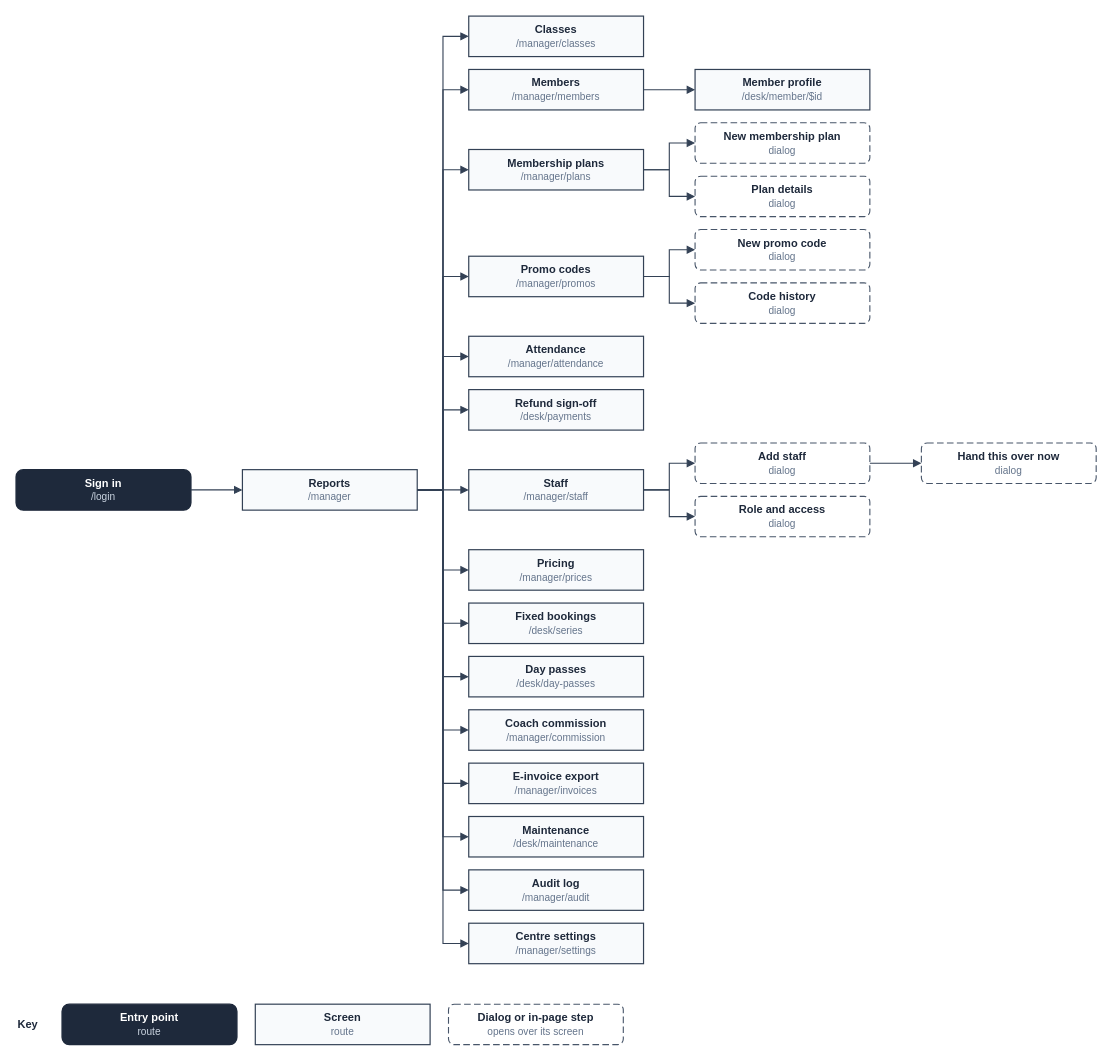
Earlier version of the draw.io diagram docs/diagrams/srs/28-sf-manager.drawio (facingshootingstar/Arena3). Source tidied: cells renumbered, new cells numbered last; positions are measured from the earlier drawing's top-left corner, leaving out a move shared by most shapes. Both pictures are drawn from the tidied source at 92%, with x=0, y=0 at pixel (16, 16).
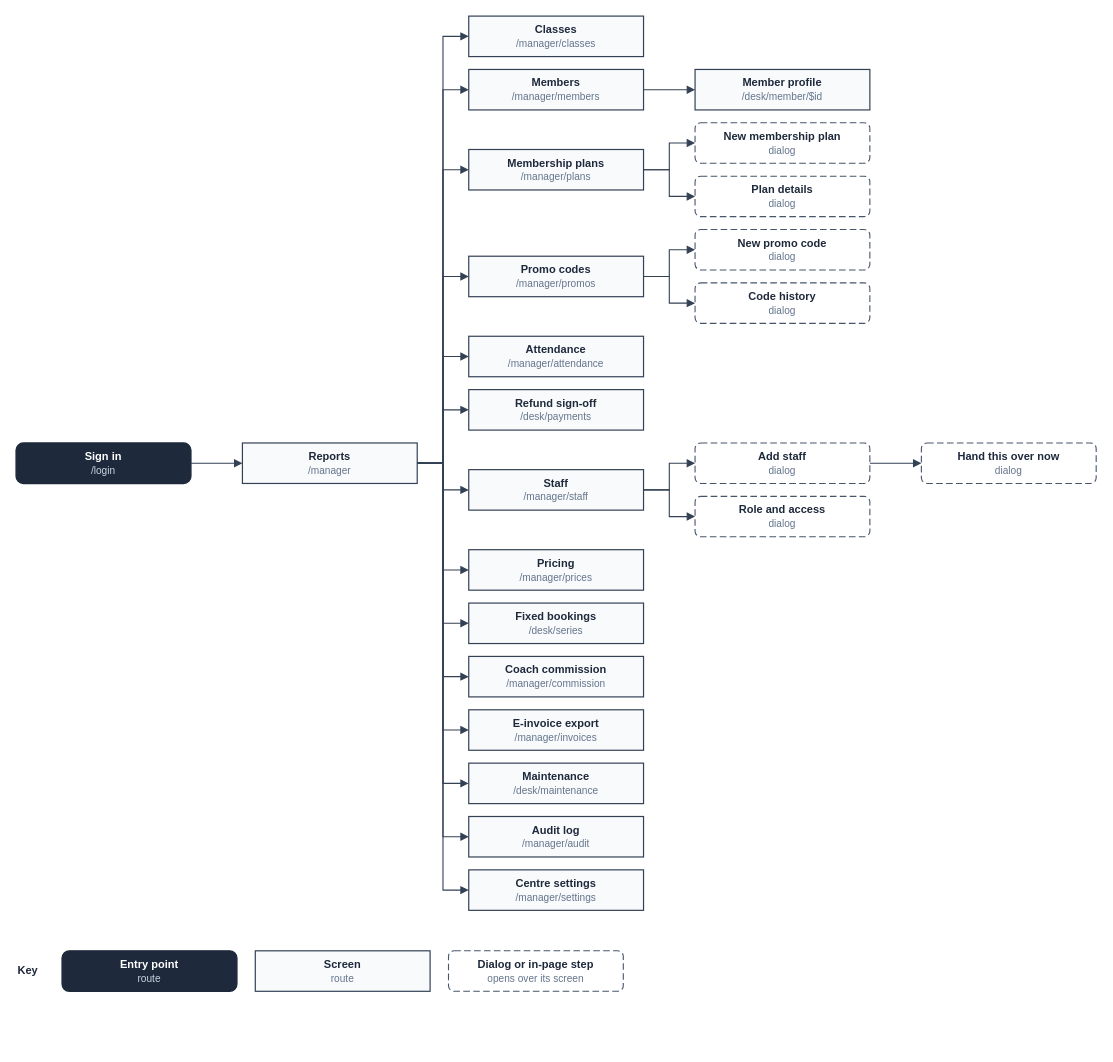
The same page after the edit.

Unchanged cells that the change refers to:
```xml
<mxCell id="4" value="&lt;b&gt;Classes&lt;/b&gt;&lt;br&gt;&lt;font style=&quot;font-size:11px&quot; color=&quot;#64748b&quot;&gt;/manager/classes&lt;/font&gt;" style="rounded=0;fillColor=#f8fafc;strokeColor=#334155;strokeWidth=1.3;whiteSpace=wrap;html=1;fontFamily=Helvetica;fontSize=12;fontColor=#1e293b;" parent="1" vertex="1">
  <mxGeometry x="492" width="190" height="44" as="geometry" />
</mxCell>
<mxCell id="6" value="&lt;b&gt;Members&lt;/b&gt;&lt;br&gt;&lt;font style=&quot;font-size:11px&quot; color=&quot;#64748b&quot;&gt;/manager/members&lt;/font&gt;" style="rounded=0;fillColor=#f8fafc;strokeColor=#334155;strokeWidth=1.3;whiteSpace=wrap;html=1;fontFamily=Helvetica;fontSize=12;fontColor=#1e293b;" parent="1" vertex="1">
  <mxGeometry x="492" y="58" width="190" height="44" as="geometry" />
</mxCell>
<mxCell id="10" value="&lt;b&gt;Membership plans&lt;/b&gt;&lt;br&gt;&lt;font style=&quot;font-size:11px&quot; color=&quot;#64748b&quot;&gt;/manager/plans&lt;/font&gt;" style="rounded=0;fillColor=#f8fafc;strokeColor=#334155;strokeWidth=1.3;whiteSpace=wrap;html=1;fontFamily=Helvetica;fontSize=12;fontColor=#1e293b;" parent="1" vertex="1">
  <mxGeometry x="492" y="145" width="190" height="44" as="geometry" />
</mxCell>
<mxCell id="16" value="&lt;b&gt;Promo codes&lt;/b&gt;&lt;br&gt;&lt;font style=&quot;font-size:11px&quot; color=&quot;#64748b&quot;&gt;/manager/promos&lt;/font&gt;" style="rounded=0;fillColor=#f8fafc;strokeColor=#334155;strokeWidth=1.3;whiteSpace=wrap;html=1;fontFamily=Helvetica;fontSize=12;fontColor=#1e293b;" parent="1" vertex="1">
  <mxGeometry x="492" y="261" width="190" height="44" as="geometry" />
</mxCell>
<mxCell id="22" value="&lt;b&gt;Attendance&lt;/b&gt;&lt;br&gt;&lt;font style=&quot;font-size:11px&quot; color=&quot;#64748b&quot;&gt;/manager/attendance&lt;/font&gt;" style="rounded=0;fillColor=#f8fafc;strokeColor=#334155;strokeWidth=1.3;whiteSpace=wrap;html=1;fontFamily=Helvetica;fontSize=12;fontColor=#1e293b;" parent="1" vertex="1">
  <mxGeometry x="492" y="348" width="190" height="44" as="geometry" />
</mxCell>
<mxCell id="24" value="&lt;b&gt;Refund sign-off&lt;/b&gt;&lt;br&gt;&lt;font style=&quot;font-size:11px&quot; color=&quot;#64748b&quot;&gt;/desk/payments&lt;/font&gt;" style="rounded=0;fillColor=#f8fafc;strokeColor=#334155;strokeWidth=1.3;whiteSpace=wrap;html=1;fontFamily=Helvetica;fontSize=12;fontColor=#1e293b;" parent="1" vertex="1">
  <mxGeometry x="492" y="406" width="190" height="44" as="geometry" />
</mxCell>
<mxCell id="26" value="&lt;b&gt;Staff&lt;/b&gt;&lt;br&gt;&lt;font style=&quot;font-size:11px&quot; color=&quot;#64748b&quot;&gt;/manager/staff&lt;/font&gt;" style="rounded=0;fillColor=#f8fafc;strokeColor=#334155;strokeWidth=1.3;whiteSpace=wrap;html=1;fontFamily=Helvetica;fontSize=12;fontColor=#1e293b;" parent="1" vertex="1">
  <mxGeometry x="492" y="493" width="190" height="44" as="geometry" />
</mxCell>
<mxCell id="34" value="&lt;b&gt;Pricing&lt;/b&gt;&lt;br&gt;&lt;font style=&quot;font-size:11px&quot; color=&quot;#64748b&quot;&gt;/manager/prices&lt;/font&gt;" style="rounded=0;fillColor=#f8fafc;strokeColor=#334155;strokeWidth=1.3;whiteSpace=wrap;html=1;fontFamily=Helvetica;fontSize=12;fontColor=#1e293b;" parent="1" vertex="1">
  <mxGeometry x="492" y="580" width="190" height="44" as="geometry" />
</mxCell>
<mxCell id="36" value="&lt;b&gt;Fixed bookings&lt;/b&gt;&lt;br&gt;&lt;font style=&quot;font-size:11px&quot; color=&quot;#64748b&quot;&gt;/desk/series&lt;/font&gt;" style="rounded=0;fillColor=#f8fafc;strokeColor=#334155;strokeWidth=1.3;whiteSpace=wrap;html=1;fontFamily=Helvetica;fontSize=12;fontColor=#1e293b;" parent="1" vertex="1">
  <mxGeometry x="492" y="638" width="190" height="44" as="geometry" />
</mxCell>
```

What changed in the source:
```diff
@@
     <mxCell id="2" value="&lt;b&gt;Sign in&lt;/b&gt;&lt;br&gt;&lt;font style=&quot;font-size:11px&quot; color=&quot;#cbd5e1&quot;&gt;/login&lt;/font&gt;" style="rounded=1;arcSize=18;fillColor=#1e293b;strokeColor=#1e293b;strokeWidth=1.5;whiteSpace=wrap;html=1;fontFamily=Helvetica;fontSize=12;fontColor=#1e293b;fontColor=#ffffff;" parent="1" vertex="1">
-      <mxGeometry y="493" width="190" height="44" as="geometry" />
+      <mxGeometry y="464" width="190" height="44" as="geometry" />
     </mxCell>
     <mxCell id="3" value="&lt;b&gt;Reports&lt;/b&gt;&lt;br&gt;&lt;font style=&quot;font-size:11px&quot; color=&quot;#64748b&quot;&gt;/manager&lt;/font&gt;" style="rounded=0;fillColor=#f8fafc;strokeColor=#334155;strokeWidth=1.3;whiteSpace=wrap;html=1;fontFamily=Helvetica;fontSize=12;fontColor=#1e293b;" parent="1" vertex="1">
-      <mxGeometry x="246" y="493" width="190" height="44" as="geometry" />
+      <mxGeometry x="246" y="464" width="190" height="44" as="geometry" />
     </mxCell>
@@
     <mxCell id="5" style="html=1;rounded=0;edgeStyle=none;endArrow=block;endFill=1;endSize=6;strokeColor=#334155;strokeWidth=1.2;exitX=1.0000;exitY=0.5000;exitDx=0;exitDy=0;exitPerimeter=0;entryX=0.0000;entryY=0.5000;entryDx=0;entryDy=0;entryPerimeter=0;" parent="1" edge="1" source="3" target="4">
       <mxGeometry relative="1" as="geometry">
         <Array as="points">
-          <mxPoint x="464" y="515" />
+          <mxPoint x="464" y="486" />
           <mxPoint x="464" y="22" />
         </Array>
       </mxGeometry>
     </mxCell>
@@
     <mxCell id="9" style="html=1;rounded=0;edgeStyle=none;endArrow=block;endFill=1;endSize=6;strokeColor=#334155;strokeWidth=1.2;exitX=1.0000;exitY=0.5000;exitDx=0;exitDy=0;exitPerimeter=0;entryX=0.0000;entryY=0.5000;entryDx=0;entryDy=0;entryPerimeter=0;" parent="1" edge="1" source="3" target="6">
       <mxGeometry relative="1" as="geometry">
         <Array as="points">
-          <mxPoint x="464" y="515" />
+          <mxPoint x="464" y="486" />
           <mxPoint x="464" y="80" />
         </Array>
       </mxGeometry>
     </mxCell>
@@
     <mxCell id="15" style="html=1;rounded=0;edgeStyle=none;endArrow=block;endFill=1;endSize=6;strokeColor=#334155;strokeWidth=1.2;exitX=1.0000;exitY=0.5000;exitDx=0;exitDy=0;exitPerimeter=0;entryX=0.0000;entryY=0.5000;entryDx=0;entryDy=0;entryPerimeter=0;" parent="1" edge="1" source="3" target="10">
       <mxGeometry relative="1" as="geometry">
         <Array as="points">
-          <mxPoint x="464" y="515" />
+          <mxPoint x="464" y="486" />
           <mxPoint x="464" y="167" />
         </Array>
       </mxGeometry>
     </mxCell>
@@
     <mxCell id="21" style="html=1;rounded=0;edgeStyle=none;endArrow=block;endFill=1;endSize=6;strokeColor=#334155;strokeWidth=1.2;exitX=1.0000;exitY=0.5000;exitDx=0;exitDy=0;exitPerimeter=0;entryX=0.0000;entryY=0.5000;entryDx=0;entryDy=0;entryPerimeter=0;" parent="1" edge="1" source="3" target="16">
       <mxGeometry relative="1" as="geometry">
         <Array as="points">
-          <mxPoint x="464" y="515" />
+          <mxPoint x="464" y="486" />
           <mxPoint x="464" y="283" />
         </Array>
       </mxGeometry>
     </mxCell>
@@
     <mxCell id="23" style="html=1;rounded=0;edgeStyle=none;endArrow=block;endFill=1;endSize=6;strokeColor=#334155;strokeWidth=1.2;exitX=1.0000;exitY=0.5000;exitDx=0;exitDy=0;exitPerimeter=0;entryX=0.0000;entryY=0.5000;entryDx=0;entryDy=0;entryPerimeter=0;" parent="1" edge="1" source="3" target="22">
       <mxGeometry relative="1" as="geometry">
         <Array as="points">
-          <mxPoint x="464" y="515" />
+          <mxPoint x="464" y="486" />
           <mxPoint x="464" y="370" />
         </Array>
       </mxGeometry>
     </mxCell>
@@
     <mxCell id="25" style="html=1;rounded=0;edgeStyle=none;endArrow=block;endFill=1;endSize=6;strokeColor=#334155;strokeWidth=1.2;exitX=1.0000;exitY=0.5000;exitDx=0;exitDy=0;exitPerimeter=0;entryX=0.0000;entryY=0.5000;entryDx=0;entryDy=0;entryPerimeter=0;" parent="1" edge="1" source="3" target="24">
       <mxGeometry relative="1" as="geometry">
         <Array as="points">
-          <mxPoint x="464" y="515" />
+          <mxPoint x="464" y="486" />
           <mxPoint x="464" y="428" />
         </Array>
       </mxGeometry>
     </mxCell>
@@
     <mxCell id="33" style="html=1;rounded=0;edgeStyle=none;endArrow=block;endFill=1;endSize=6;strokeColor=#334155;strokeWidth=1.2;exitX=1.0000;exitY=0.5000;exitDx=0;exitDy=0;exitPerimeter=0;entryX=0.0000;entryY=0.5000;entryDx=0;entryDy=0;entryPerimeter=0;" parent="1" edge="1" source="3" target="26">
-      <mxGeometry relative="1" as="geometry" />
+      <mxGeometry relative="1" as="geometry">
+        <Array as="points">
+          <mxPoint x="464" y="486" />
+          <mxPoint x="464" y="515" />
+        </Array>
+      </mxGeometry>
     </mxCell>
@@
     <mxCell id="35" style="html=1;rounded=0;edgeStyle=none;endArrow=block;endFill=1;endSize=6;strokeColor=#334155;strokeWidth=1.2;exitX=1.0000;exitY=0.5000;exitDx=0;exitDy=0;exitPerimeter=0;entryX=0.0000;entryY=0.5000;entryDx=0;entryDy=0;entryPerimeter=0;" parent="1" edge="1" source="3" target="34">
       <mxGeometry relative="1" as="geometry">
         <Array as="points">
-          <mxPoint x="464" y="515" />
+          <mxPoint x="464" y="486" />
           <mxPoint x="464" y="602" />
         </Array>
       </mxGeometry>
     </mxCell>
@@
     <mxCell id="37" style="html=1;rounded=0;edgeStyle=none;endArrow=block;endFill=1;endSize=6;strokeColor=#334155;strokeWidth=1.2;exitX=1.0000;exitY=0.5000;exitDx=0;exitDy=0;exitPerimeter=0;entryX=0.0000;entryY=0.5000;entryDx=0;entryDy=0;entryPerimeter=0;" parent="1" edge="1" source="3" target="36">
       <mxGeometry relative="1" as="geometry">
         <Array as="points">
-          <mxPoint x="464" y="515" />
+          <mxPoint x="464" y="486" />
           <mxPoint x="464" y="660" />
         </Array>
       </mxGeometry>
     </mxCell>
-    <mxCell id="38" value="&lt;b&gt;Day passes&lt;/b&gt;&lt;br&gt;&lt;font style=&quot;font-size:11px&quot; color=&quot;#64748b&quot;&gt;/desk/day-passes&lt;/font&gt;" style="rounded=0;fillColor=#f8fafc;strokeColor=#334155;strokeWidth=1.3;whiteSpace=wrap;html=1;fontFamily=Helvetica;fontSize=12;fontColor=#1e293b;" parent="1" vertex="1">
+    <mxCell id="38" value="&lt;b&gt;Coach commission&lt;/b&gt;&lt;br&gt;&lt;font style=&quot;font-size:11px&quot; color=&quot;#64748b&quot;&gt;/manager/commission&lt;/font&gt;" style="rounded=0;fillColor=#f8fafc;strokeColor=#334155;strokeWidth=1.3;whiteSpace=wrap;html=1;fontFamily=Helvetica;fontSize=12;fontColor=#1e293b;" parent="1" vertex="1">
       <mxGeometry x="492" y="696" width="190" height="44" as="geometry" />
     </mxCell>
     <mxCell id="39" style="html=1;rounded=0;edgeStyle=none;endArrow=block;endFill=1;endSize=6;strokeColor=#334155;strokeWidth=1.2;exitX=1.0000;exitY=0.5000;exitDx=0;exitDy=0;exitPerimeter=0;entryX=0.0000;entryY=0.5000;entryDx=0;entryDy=0;entryPerimeter=0;" parent="1" edge="1" source="3" target="38">
       <mxGeometry relative="1" as="geometry">
         <Array as="points">
-          <mxPoint x="464" y="515" />
+          <mxPoint x="464" y="486" />
           <mxPoint x="464" y="718" />
         </Array>
       </mxGeometry>
     </mxCell>
-    <mxCell id="40" value="&lt;b&gt;Coach commission&lt;/b&gt;&lt;br&gt;&lt;font style=&quot;font-size:11px&quot; color=&quot;#64748b&quot;&gt;/manager/commission&lt;/font&gt;" style="rounded=0;fillColor=#f8fafc;strokeColor=#334155;strokeWidth=1.3;whiteSpace=wrap;html=1;fontFamily=Helvetica;fontSize=12;fontColor=#1e293b;" parent="1" vertex="1">
+    <mxCell id="40" value="&lt;b&gt;E-invoice export&lt;/b&gt;&lt;br&gt;&lt;font style=&quot;font-size:11px&quot; color=&quot;#64748b&quot;&gt;/manager/invoices&lt;/font&gt;" style="rounded=0;fillColor=#f8fafc;strokeColor=#334155;strokeWidth=1.3;whiteSpace=wrap;html=1;fontFamily=Helvetica;fontSize=12;fontColor=#1e293b;" parent="1" vertex="1">
       <mxGeometry x="492" y="754" width="190" height="44" as="geometry" />
     </mxCell>
     <mxCell id="41" style="html=1;rounded=0;edgeStyle=none;endArrow=block;endFill=1;endSize=6;strokeColor=#334155;strokeWidth=1.2;exitX=1.0000;exitY=0.5000;exitDx=0;exitDy=0;exitPerimeter=0;entryX=0.0000;entryY=0.5000;entryDx=0;entryDy=0;entryPerimeter=0;" parent="1" edge="1" source="3" target="40">
       <mxGeometry relative="1" as="geometry">
         <Array as="points">
-          <mxPoint x="464" y="515" />
+          <mxPoint x="464" y="486" />
           <mxPoint x="464" y="776" />
         </Array>
       </mxGeometry>
     </mxCell>
-    <mxCell id="42" value="&lt;b&gt;E-invoice export&lt;/b&gt;&lt;br&gt;&lt;font style=&quot;font-size:11px&quot; color=&quot;#64748b&quot;&gt;/manager/invoices&lt;/font&gt;" style="rounded=0;fillColor=#f8fafc;strokeColor=#334155;strokeWidth=1.3;whiteSpace=wrap;html=1;fontFamily=Helvetica;fontSize=12;fontColor=#1e293b;" parent="1" vertex="1">
+    <mxCell id="42" value="&lt;b&gt;Maintenance&lt;/b&gt;&lt;br&gt;&lt;font style=&quot;font-size:11px&quot; color=&quot;#64748b&quot;&gt;/desk/maintenance&lt;/font&gt;" style="rounded=0;fillColor=#f8fafc;strokeColor=#334155;strokeWidth=1.3;whiteSpace=wrap;html=1;fontFamily=Helvetica;fontSize=12;fontColor=#1e293b;" parent="1" vertex="1">
       <mxGeometry x="492" y="812" width="190" height="44" as="geometry" />
     </mxCell>
     <mxCell id="43" style="html=1;rounded=0;edgeStyle=none;endArrow=block;endFill=1;endSize=6;strokeColor=#334155;strokeWidth=1.2;exitX=1.0000;exitY=0.5000;exitDx=0;exitDy=0;exitPerimeter=0;entryX=0.0000;entryY=0.5000;entryDx=0;entryDy=0;entryPerimeter=0;" parent="1" edge="1" source="3" target="42">
       <mxGeometry relative="1" as="geometry">
         <Array as="points">
-          <mxPoint x="464" y="515" />
+          <mxPoint x="464" y="486" />
           <mxPoint x="464" y="834" />
         </Array>
       </mxGeometry>
     </mxCell>
-    <mxCell id="44" value="&lt;b&gt;Maintenance&lt;/b&gt;&lt;br&gt;&lt;font style=&quot;font-size:11px&quot; color=&quot;#64748b&quot;&gt;/desk/maintenance&lt;/font&gt;" style="rounded=0;fillColor=#f8fafc;strokeColor=#334155;strokeWidth=1.3;whiteSpace=wrap;html=1;fontFamily=Helvetica;fontSize=12;fontColor=#1e293b;" parent="1" vertex="1">
+    <mxCell id="44" value="&lt;b&gt;Audit log&lt;/b&gt;&lt;br&gt;&lt;font style=&quot;font-size:11px&quot; color=&quot;#64748b&quot;&gt;/manager/audit&lt;/font&gt;" style="rounded=0;fillColor=#f8fafc;strokeColor=#334155;strokeWidth=1.3;whiteSpace=wrap;html=1;fontFamily=Helvetica;fontSize=12;fontColor=#1e293b;" parent="1" vertex="1">
       <mxGeometry x="492" y="870" width="190" height="44" as="geometry" />
     </mxCell>
     <mxCell id="45" style="html=1;rounded=0;edgeStyle=none;endArrow=block;endFill=1;endSize=6;strokeColor=#334155;strokeWidth=1.2;exitX=1.0000;exitY=0.5000;exitDx=0;exitDy=0;exitPerimeter=0;entryX=0.0000;entryY=0.5000;entryDx=0;entryDy=0;entryPerimeter=0;" parent="1" edge="1" source="3" target="44">
       <mxGeometry relative="1" as="geometry">
         <Array as="points">
-          <mxPoint x="464" y="515" />
+          <mxPoint x="464" y="486" />
           <mxPoint x="464" y="892" />
         </Array>
       </mxGeometry>
     </mxCell>
-    <mxCell id="46" value="&lt;b&gt;Audit log&lt;/b&gt;&lt;br&gt;&lt;font style=&quot;font-size:11px&quot; color=&quot;#64748b&quot;&gt;/manager/audit&lt;/font&gt;" style="rounded=0;fillColor=#f8fafc;strokeColor=#334155;strokeWidth=1.3;whiteSpace=wrap;html=1;fontFamily=Helvetica;fontSize=12;fontColor=#1e293b;" parent="1" vertex="1">
+    <mxCell id="46" value="&lt;b&gt;Centre settings&lt;/b&gt;&lt;br&gt;&lt;font style=&quot;font-size:11px&quot; color=&quot;#64748b&quot;&gt;/manager/settings&lt;/font&gt;" style="rounded=0;fillColor=#f8fafc;strokeColor=#334155;strokeWidth=1.3;whiteSpace=wrap;html=1;fontFamily=Helvetica;fontSize=12;fontColor=#1e293b;" parent="1" vertex="1">
       <mxGeometry x="492" y="928" width="190" height="44" as="geometry" />
     </mxCell>
     <mxCell id="47" style="html=1;rounded=0;edgeStyle=none;endArrow=block;endFill=1;endSize=6;strokeColor=#334155;strokeWidth=1.2;exitX=1.0000;exitY=0.5000;exitDx=0;exitDy=0;exitPerimeter=0;entryX=0.0000;entryY=0.5000;entryDx=0;entryDy=0;entryPerimeter=0;" parent="1" edge="1" source="3" target="46">
       <mxGeometry relative="1" as="geometry">
         <Array as="points">
-          <mxPoint x="464" y="515" />
+          <mxPoint x="464" y="486" />
           <mxPoint x="464" y="950" />
         </Array>
       </mxGeometry>
     </mxCell>
-    <mxCell id="48" value="&lt;b&gt;Centre settings&lt;/b&gt;&lt;br&gt;&lt;font style=&quot;font-size:11px&quot; color=&quot;#64748b&quot;&gt;/manager/settings&lt;/font&gt;" style="rounded=0;fillColor=#f8fafc;strokeColor=#334155;strokeWidth=1.3;whiteSpace=wrap;html=1;fontFamily=Helvetica;fontSize=12;fontColor=#1e293b;" parent="1" vertex="1">
-      <mxGeometry x="492" y="986" width="190" height="44" as="geometry" />
-    </mxCell>
-    <mxCell id="49" style="html=1;rounded=0;edgeStyle=none;endArrow=block;endFill=1;endSize=6;strokeColor=#334155;strokeWidth=1.2;exitX=1.0000;exitY=0.5000;exitDx=0;exitDy=0;exitPerimeter=0;entryX=0.0000;entryY=0.5000;entryDx=0;entryDy=0;entryPerimeter=0;" parent="1" edge="1" source="3" target="48">
-      <mxGeometry relative="1" as="geometry">
-        <Array as="points">
-          <mxPoint x="464" y="515" />
-          <mxPoint x="464" y="1008" />
-        </Array>
-      </mxGeometry>
-    </mxCell>
@@
     <mxCell id="51" value="Key" style="text;html=1;align=left;verticalAlign=middle;fontFamily=Helvetica;fontSize=12;fontColor=#1e293b;fontStyle=1;" parent="1" vertex="1">
-      <mxGeometry y="1081" width="40" height="30" as="geometry" />
+      <mxGeometry y="1023" width="40" height="30" as="geometry" />
     </mxCell>
     <mxCell id="52" value="&lt;b&gt;Entry point&lt;/b&gt;&lt;br&gt;&lt;font style=&quot;font-size:11px&quot; color=&quot;#cbd5e1&quot;&gt;route&lt;/font&gt;" style="rounded=1;arcSize=18;fillColor=#1e293b;strokeColor=#1e293b;strokeWidth=1.5;whiteSpace=wrap;html=1;fontFamily=Helvetica;fontSize=12;fontColor=#1e293b;fontColor=#ffffff;" parent="1" vertex="1">
-      <mxGeometry x="50" y="1074" width="190" height="44" as="geometry" />
+      <mxGeometry x="50" y="1016" width="190" height="44" as="geometry" />
     </mxCell>
     <mxCell id="53" value="&lt;b&gt;Screen&lt;/b&gt;&lt;br&gt;&lt;font style=&quot;font-size:11px&quot; color=&quot;#64748b&quot;&gt;route&lt;/font&gt;" style="rounded=0;fillColor=#f8fafc;strokeColor=#334155;strokeWidth=1.3;whiteSpace=wrap;html=1;fontFamily=Helvetica;fontSize=12;fontColor=#1e293b;" parent="1" vertex="1">
-      <mxGeometry x="260" y="1074" width="190" height="44" as="geometry" />
+      <mxGeometry x="260" y="1016" width="190" height="44" as="geometry" />
     </mxCell>
     <mxCell id="54" value="&lt;b&gt;Dialog or in-page step&lt;/b&gt;&lt;br&gt;&lt;font style=&quot;font-size:11px&quot; color=&quot;#64748b&quot;&gt;opens over its screen&lt;/font&gt;" style="rounded=1;arcSize=14;dashed=1;dashPattern=6 3;fillColor=#ffffff;strokeColor=#475569;strokeWidth=1.2;whiteSpace=wrap;html=1;fontFamily=Helvetica;fontSize=12;fontColor=#1e293b;" parent="1" vertex="1">
-      <mxGeometry x="470" y="1074" width="190" height="44" as="geometry" />
+      <mxGeometry x="470" y="1016" width="190" height="44" as="geometry" />
     </mxCell>
```
